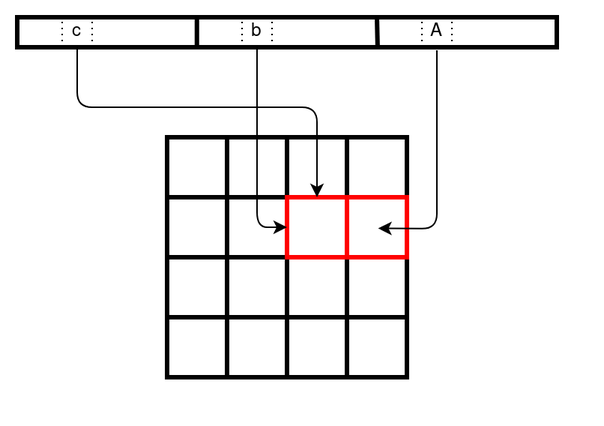
Quanthor-ic/CTF keeps this draw.io diagram as FCSC_2021/img/triceratops_cell_selection.png. Above is the earlier version. Source tidied: cells renumbered, new cells last; positions are measured from the earlier drawing's top-left corner, leaving out a move shared by most shapes. Its diagram source:
```xml
<mxGraphModel>
  <root>
    <mxCell id="0" />
    <mxCell id="1" parent="0" />
    <mxCell id="2" style="whiteSpace=wrap;html=1;strokeWidth=3;" parent="1" vertex="1">
      <mxGeometry x="100" y="80" width="160" height="160" as="geometry" />
    </mxCell>
    <mxCell id="3" style="endArrow=none;html=1;exitX=0.5;exitY=1;exitDx=0;exitDy=0;entryX=0.5;entryY=0;entryDx=0;entryDy=0;strokeWidth=3;" parent="1" edge="1" source="2" target="2">
      <mxGeometry relative="1" as="geometry" />
    </mxCell>
    <mxCell id="4" style="endArrow=none;html=1;exitX=0.75;exitY=1;exitDx=0;exitDy=0;entryX=0.75;entryY=0;entryDx=0;entryDy=0;strokeWidth=3;" parent="1" edge="1" source="2" target="2">
      <mxGeometry relative="1" as="geometry" />
    </mxCell>
    <mxCell id="5" style="endArrow=none;html=1;exitX=0.25;exitY=1;exitDx=0;exitDy=0;entryX=0.25;entryY=0;entryDx=0;entryDy=0;strokeWidth=3;" parent="1" edge="1" source="2" target="2">
      <mxGeometry relative="1" as="geometry" />
    </mxCell>
    <mxCell id="6" style="endArrow=none;html=1;exitX=0;exitY=0.75;exitDx=0;exitDy=0;entryX=1;entryY=0.75;entryDx=0;entryDy=0;strokeWidth=3;" parent="1" edge="1" source="2" target="2">
      <mxGeometry relative="1" as="geometry" />
    </mxCell>
    <mxCell id="7" style="endArrow=none;html=1;exitX=0;exitY=0.5;exitDx=0;exitDy=0;entryX=1;entryY=0.5;entryDx=0;entryDy=0;strokeWidth=3;" parent="1" edge="1" source="2" target="2">
      <mxGeometry relative="1" as="geometry" />
    </mxCell>
    <mxCell id="8" style="endArrow=none;html=1;exitX=0;exitY=0.25;exitDx=0;exitDy=0;entryX=1;entryY=0.25;entryDx=0;entryDy=0;strokeWidth=3;" parent="1" edge="1" source="2" target="2">
      <mxGeometry relative="1" as="geometry" />
    </mxCell>
    <mxCell id="9" style="whiteSpace=wrap;html=1;strokeWidth=3;fillColor=none;strokeColor=#FF0000;" parent="1" vertex="1">
      <mxGeometry x="180" y="120" width="40" height="40" as="geometry" />
    </mxCell>
    <mxCell id="10" style="rounded=0;whiteSpace=wrap;html=1;strokeWidth=3;fillColor=none;" parent="1" vertex="1">
      <mxGeometry width="360" height="20" as="geometry" />
    </mxCell>
    <mxCell id="11" style="endArrow=none;html=1;strokeWidth=3;exitX=0.333;exitY=1.06;exitDx=0;exitDy=0;exitPerimeter=0;entryX=0.333;entryY=0.014;entryDx=0;entryDy=0;entryPerimeter=0;" parent="1" edge="1" source="10" target="10">
      <mxGeometry relative="1" as="geometry" />
    </mxCell>
    <mxCell id="12" style="endArrow=none;html=1;strokeWidth=3;exitX=0.668;exitY=1.04;exitDx=0;exitDy=0;exitPerimeter=0;" parent="1" edge="1" source="10">
      <mxGeometry relative="1" as="geometry">
        <mxPoint x="240" as="targetPoint" />
      </mxGeometry>
    </mxCell>
    <mxCell id="13" value="c" style="text;html=1;strokeColor=none;fillColor=none;align=center;verticalAlign=middle;whiteSpace=wrap;rounded=0;" parent="1" vertex="1">
      <mxGeometry x="20" width="40" height="20" as="geometry" />
    </mxCell>
    <mxCell id="14" value="b" style="text;html=1;strokeColor=none;fillColor=none;align=center;verticalAlign=middle;whiteSpace=wrap;rounded=0;" parent="1" vertex="1">
      <mxGeometry x="140" width="40" height="20" as="geometry" />
    </mxCell>
    <mxCell id="15" value="A" style="text;html=1;strokeColor=none;fillColor=none;align=center;verticalAlign=middle;whiteSpace=wrap;rounded=0;" parent="1" vertex="1">
      <mxGeometry x="260" width="40" height="20" as="geometry" />
    </mxCell>
    <mxCell id="16" style="endArrow=none;dashed=1;html=1;dashPattern=1 3;strokeWidth=1;entryX=0.25;entryY=0;entryDx=0;entryDy=0;exitX=0.25;exitY=1;exitDx=0;exitDy=0;rounded=0;" parent="1" edge="1" source="13" target="13">
      <mxGeometry relative="1" as="geometry" />
    </mxCell>
    <mxCell id="17" style="endArrow=none;dashed=1;html=1;dashPattern=1 3;strokeWidth=1;entryX=0.75;entryY=0;entryDx=0;entryDy=0;exitX=0.75;exitY=1;exitDx=0;exitDy=0;rounded=0;" parent="1" edge="1" source="13" target="13">
      <mxGeometry relative="1" as="geometry" />
    </mxCell>
    <mxCell id="18" style="endArrow=none;dashed=1;html=1;dashPattern=1 3;strokeWidth=1;entryX=0.25;entryY=0;entryDx=0;entryDy=0;exitX=0.25;exitY=1;exitDx=0;exitDy=0;rounded=0;" parent="1" edge="1" source="14" target="14">
      <mxGeometry relative="1" as="geometry" />
    </mxCell>
    <mxCell id="19" style="endArrow=none;dashed=1;html=1;dashPattern=1 3;strokeWidth=1;entryX=0.75;entryY=0;entryDx=0;entryDy=0;exitX=0.75;exitY=1;exitDx=0;exitDy=0;rounded=0;" parent="1" edge="1" source="14" target="14">
      <mxGeometry relative="1" as="geometry" />
    </mxCell>
    <mxCell id="20" style="endArrow=none;dashed=1;html=1;dashPattern=1 3;strokeWidth=1;entryX=0.25;entryY=0;entryDx=0;entryDy=0;exitX=0.25;exitY=1;exitDx=0;exitDy=0;rounded=0;" parent="1" edge="1">
      <mxGeometry relative="1" as="geometry">
        <mxPoint x="290" y="20" as="sourcePoint" />
        <mxPoint x="290" as="targetPoint" />
      </mxGeometry>
    </mxCell>
    <mxCell id="21" style="endArrow=none;dashed=1;html=1;dashPattern=1 3;strokeWidth=1;entryX=0.75;entryY=0;entryDx=0;entryDy=0;exitX=0.25;exitY=1;exitDx=0;exitDy=0;rounded=0;" parent="1" edge="1" source="15" target="10">
      <mxGeometry relative="1" as="geometry" />
    </mxCell>
    <mxCell id="22" style="endArrow=classic;html=1;strokeWidth=1;exitX=0.5;exitY=1;exitDx=0;exitDy=0;entryX=0.5;entryY=0;entryDx=0;entryDy=0;" parent="1" edge="1" source="13" target="9">
      <mxGeometry relative="1" as="geometry">
        <Array as="points">
          <mxPoint x="40" y="60" />
          <mxPoint x="200" y="60" />
        </Array>
      </mxGeometry>
    </mxCell>
    <mxCell id="23" style="endArrow=classic;html=1;strokeWidth=1;exitX=0.5;exitY=1;exitDx=0;exitDy=0;entryX=0;entryY=0.5;entryDx=0;entryDy=0;" parent="1" edge="1" source="14" target="9">
      <mxGeometry relative="1" as="geometry">
        <Array as="points">
          <mxPoint x="160" y="140" />
        </Array>
      </mxGeometry>
    </mxCell>
    <mxCell id="24" style="whiteSpace=wrap;html=1;strokeWidth=3;fillColor=none;strokeColor=#FF0000;" parent="1" vertex="1">
      <mxGeometry x="220" y="120" width="40" height="40" as="geometry" />
    </mxCell>
    <mxCell id="25" style="endArrow=classic;html=1;strokeWidth=1;exitX=0.5;exitY=1;exitDx=0;exitDy=0;entryX=1.005;entryY=0.367;entryDx=0;entryDy=0;entryPerimeter=0;" parent="1" edge="1">
      <mxGeometry relative="1" as="geometry">
        <mxPoint x="280" y="22" as="sourcePoint" />
        <mxPoint x="240.8" y="140.7" as="targetPoint" />
        <Array as="points">
          <mxPoint x="280" y="141" />
        </Array>
      </mxGeometry>
    </mxCell>
  </root>
</mxGraphModel>
```
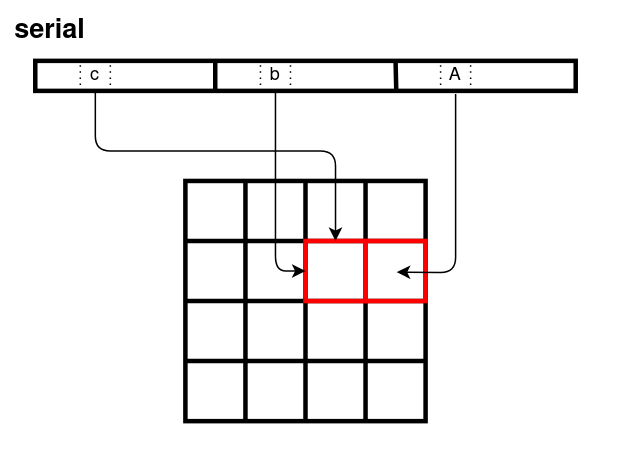
After the change.

Change to the diagram source:
```diff
@@ -94,5 +94,8 @@
         </Array>
       </mxGeometry>
     </mxCell>
+    <mxCell id="26" value="&lt;font style=&quot;font-size: 18px&quot;&gt;&lt;b&gt;serial&lt;/b&gt;&lt;/font&gt;" style="text;html=1;strokeColor=none;fillColor=none;align=center;verticalAlign=middle;whiteSpace=wrap;rounded=0;" parent="1" vertex="1">
+      <mxGeometry x="-10" y="-30" width="40" height="20" as="geometry" />
+    </mxCell>
   </root>
 </mxGraphModel>
```
